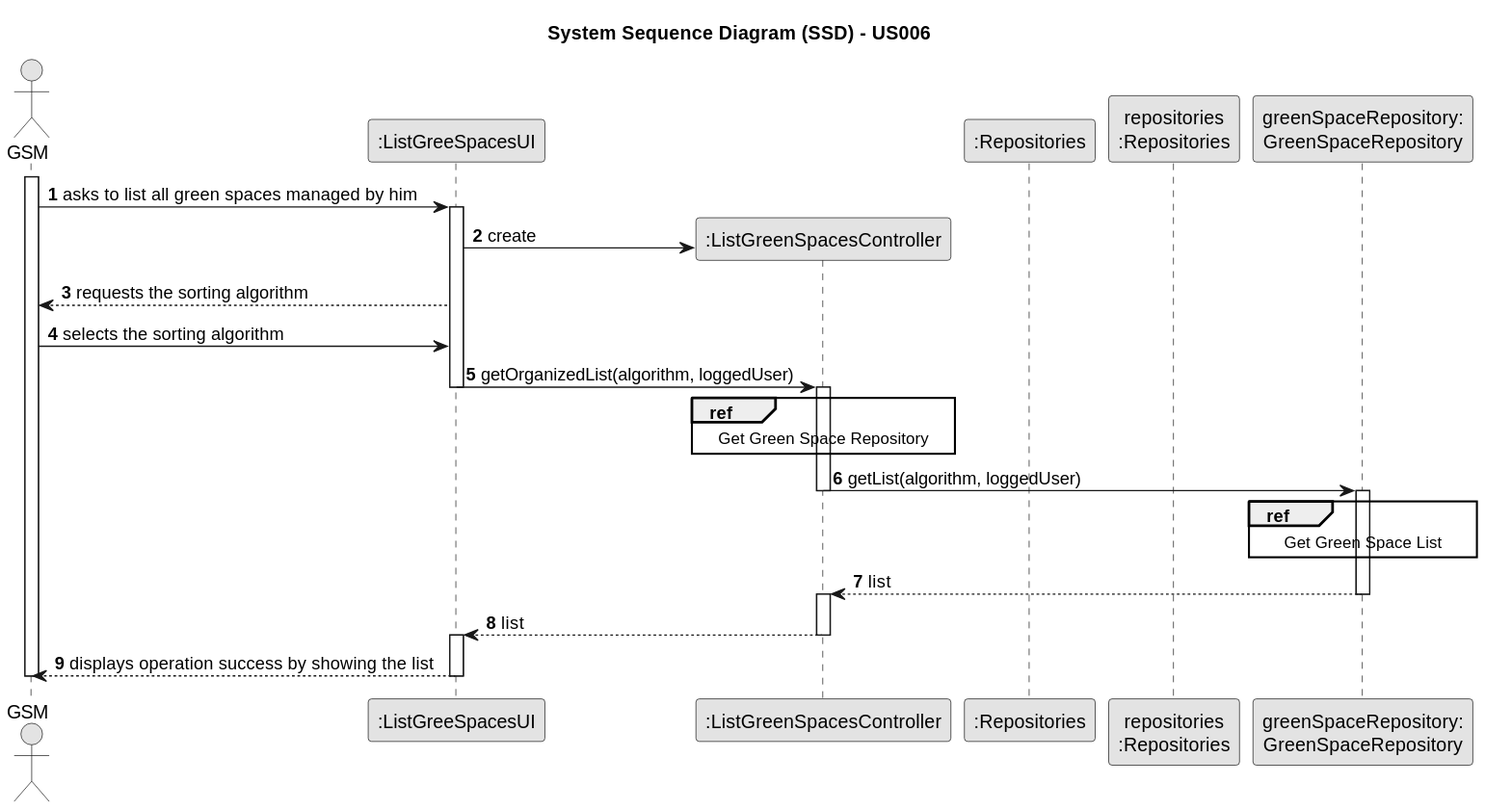
This is docs/sprintC/us027/03.design/svg/us027-sequence-diagram-split.svg from ricardomm7/leaflink, a PlantUML export, as it was before one commit. Source of this version:
```plantuml
@startuml
skinparam monochrome true
skinparam packageStyle rectangle
skinparam shadowing false

title System Sequence Diagram (SSD) - US006

autonumber

actor "GSM" as GSM
participant ":ListGreeSpacesUI" as UI
participant ":ListGreenSpacesController" as CTRL
participant ":Repositories" as RepositorySingleton
participant "repositories\n:Repositories" as PLAT
participant "greenSpaceRepository:\nGreenSpaceRepository" as GreenSpaceRepo

activate GSM
GSM -> UI : asks to list all green spaces managed by him
activate UI
UI -> CTRL** : create
UI --> GSM : requests the sorting algorithm
GSM -> UI : selects the sorting algorithm
UI -> CTRL : getOrganizedList(algorithm, loggedUser)

deactivate UI
activate CTRL

ref over CTRL
Get Green Space Repository
end ref
CTRL -> GreenSpaceRepo : getList(algorithm, loggedUser)
deactivate CTRL

activate GreenSpaceRepo
ref over GreenSpaceRepo
Get Green Space List
end ref
GreenSpaceRepo --> CTRL:list
deactivate GreenSpaceRepo
activate CTRL
CTRL --> UI : list

deactivate CTRL
activate UI
UI --> GSM : displays operation success by showing the list
deactivate UI
deactivate GSM
@enduml
```
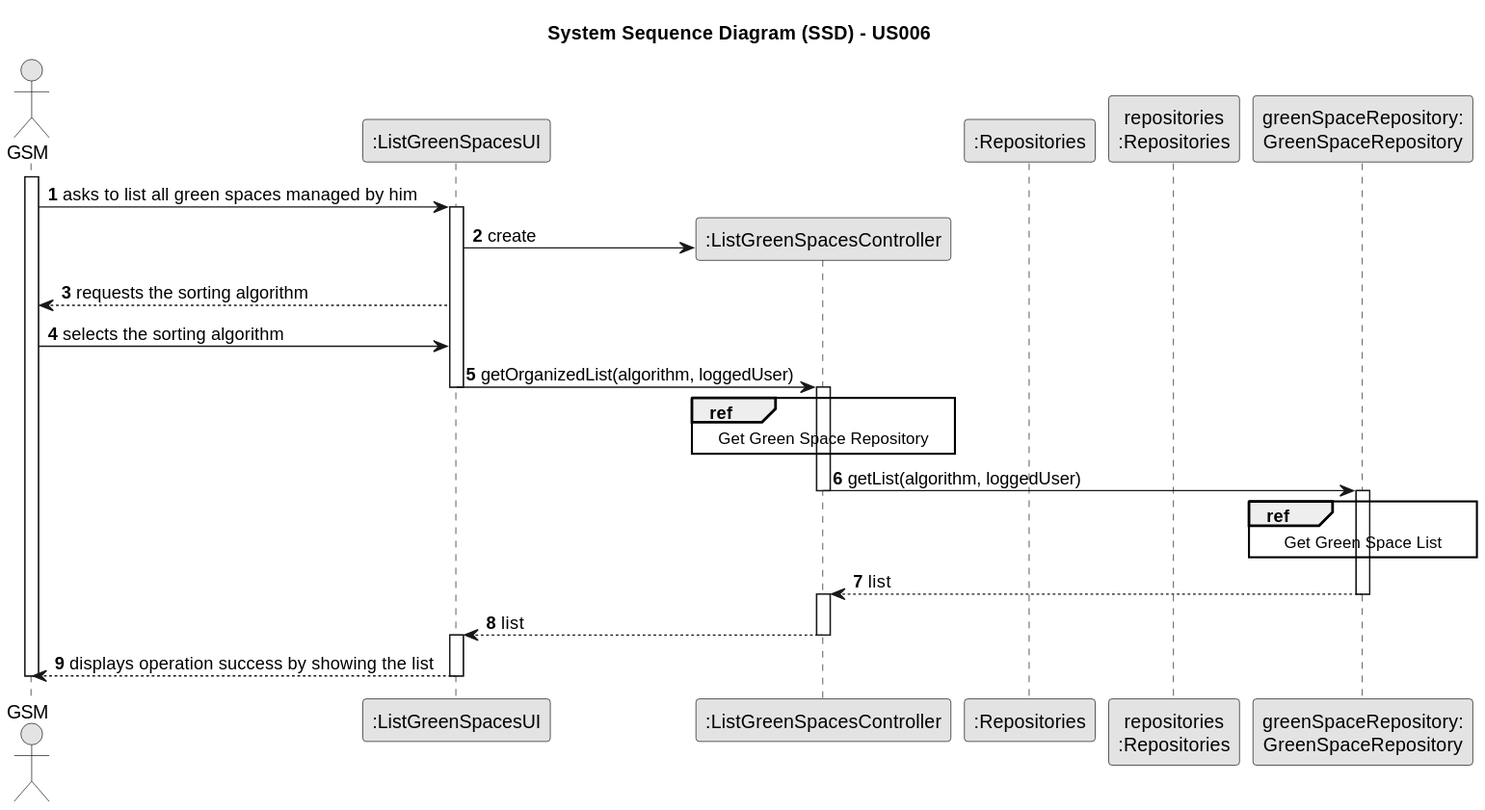
Later version of the same file.

Diff of the diagram source:
```diff
@@ -8,7 +8,7 @@
 autonumber
 
 actor "GSM" as GSM
-participant ":ListGreeSpacesUI" as UI
+participant ":ListGreenSpacesUI" as UI
 participant ":ListGreenSpacesController" as CTRL
 participant ":Repositories" as RepositorySingleton
 participant "repositories\n:Repositories" as PLAT
```
